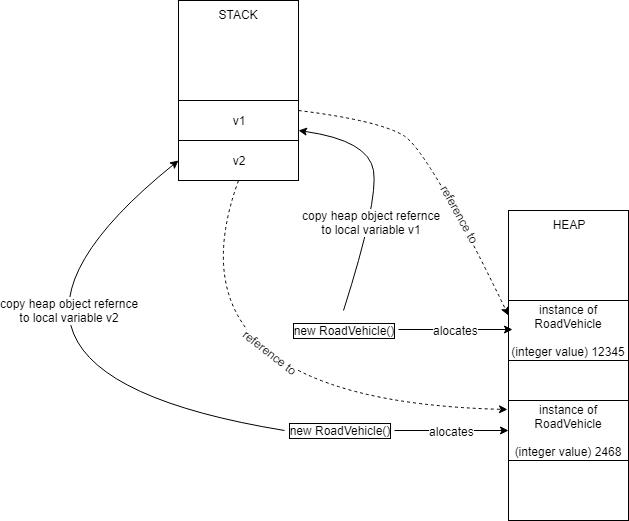
Above: docs/Chapters/Chapter_1_Introduction/img/local_reference_to_heap.png in UniversityOfPlymouthComputing/MobileDev-XamarinForms (draw.io), before the change. Source tidied: cells renumbered, new cells last; positions are measured from the earlier drawing's top-left corner, leaving out a move shared by most shapes.
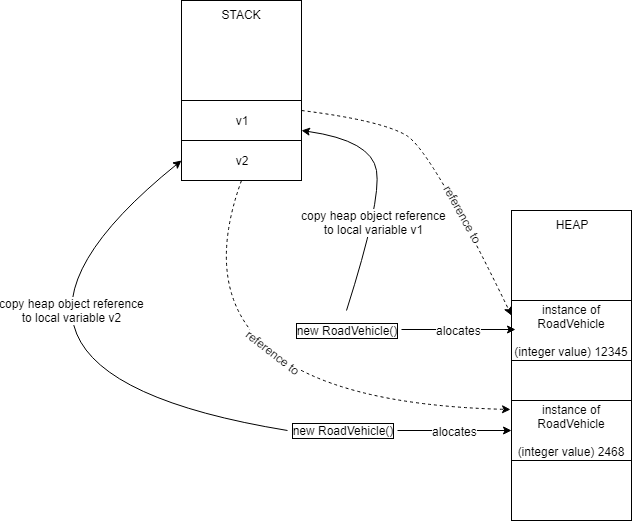
Later version of the same file.

Commit message:
spelling correction

Diff of the diagram source:
```diff
@@ -53,7 +53,7 @@
         </Array>
       </mxGeometry>
     </mxCell>
-    <mxCell id="15" value="copy heap object refernce&lt;br&gt;to local variable v1" style="text;html=1;align=center;verticalAlign=middle;labelBackgroundColor=#ffffff;" parent="14" vertex="1">
+    <mxCell id="15" value="copy heap object reference&lt;br&gt;to local variable v1" style="text;html=1;align=center;verticalAlign=middle;labelBackgroundColor=#ffffff;" parent="14" vertex="1">
       <mxGeometry x="-0.24" y="1" relative="1" as="geometry" />
     </mxCell>
     <mxCell id="16" style="endArrow=classic;html=1;entryX=0;entryY=0.5;entryDx=0;entryDy=0;curved=1;exitX=0;exitY=0.5;exitDx=0;exitDy=0;" parent="1" edge="1" source="9" target="3">
@@ -63,7 +63,7 @@
         </Array>
       </mxGeometry>
     </mxCell>
-    <mxCell id="17" value="copy heap object refernce&lt;br&gt;to local variable v2" style="text;html=1;align=center;verticalAlign=middle;labelBackgroundColor=#ffffff;" parent="16" vertex="1">
+    <mxCell id="17" value="copy heap object reference&lt;br&gt;to local variable v2" style="text;html=1;align=center;verticalAlign=middle;labelBackgroundColor=#ffffff;" parent="16" vertex="1">
       <mxGeometry x="-0.23" y="-38" relative="1" as="geometry">
         <mxPoint x="44.5" y="-39" as="offset" />
       </mxGeometry>
```
